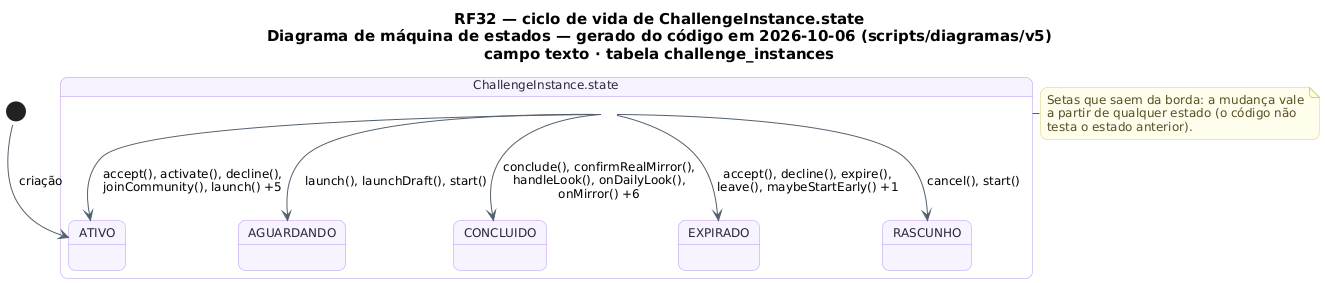
Before: docs/diagramas/RF32/RF32_MaquinaDeEstados_Desafio.png, a diagram exported from PlantUML (MatheusHaliski/tcc-2026-fashion-ai-backend).
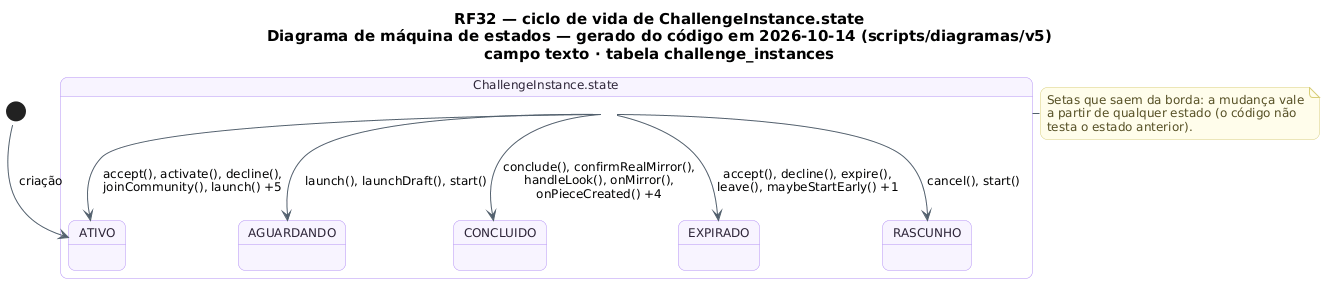
The same file after the commit.

Change to the diagram source:
```diff
@@ -19,7 +19,7 @@
   StartColor #20A77A
   EndColor #4B5563
 }
-title RF32 — ciclo de vida de ChallengeInstance.state\nDiagrama de máquina de estados — gerado do código em 2026-10-06 (scripts/diagramas/v5)\ncampo texto · tabela challenge_instances
+title RF32 — ciclo de vida de ChallengeInstance.state\nDiagrama de máquina de estados — gerado do código em 2026-10-14 (scripts/diagramas/v5)\ncampo texto · tabela challenge_instances
 
 state "ChallengeInstance.state" as Ciclo_ChallengeInstance {
   state Ciclo_ChallengeInstance_AGUARDANDO as "AGUARDANDO"
@@ -31,7 +31,7 @@
 [*] --> Ciclo_ChallengeInstance_ATIVO : criação
 Ciclo_ChallengeInstance --> Ciclo_ChallengeInstance_AGUARDANDO : launch(), launchDraft(), start()
 Ciclo_ChallengeInstance --> Ciclo_ChallengeInstance_ATIVO : accept(), activate(), decline(),\njoinCommunity(), launch() +5
-Ciclo_ChallengeInstance --> Ciclo_ChallengeInstance_CONCLUIDO : conclude(), confirmRealMirror(),\nhandleLook(), onDailyLook(),\nonMirror() +6
+Ciclo_ChallengeInstance --> Ciclo_ChallengeInstance_CONCLUIDO : conclude(), confirmRealMirror(),\nhandleLook(), onMirror(),\nonPieceCreated() +4
 Ciclo_ChallengeInstance --> Ciclo_ChallengeInstance_EXPIRADO : accept(), decline(), expire(),\nleave(), maybeStartEarly() +1
 Ciclo_ChallengeInstance --> Ciclo_ChallengeInstance_RASCUNHO : cancel(), start()
 note right of Ciclo_ChallengeInstance
```
